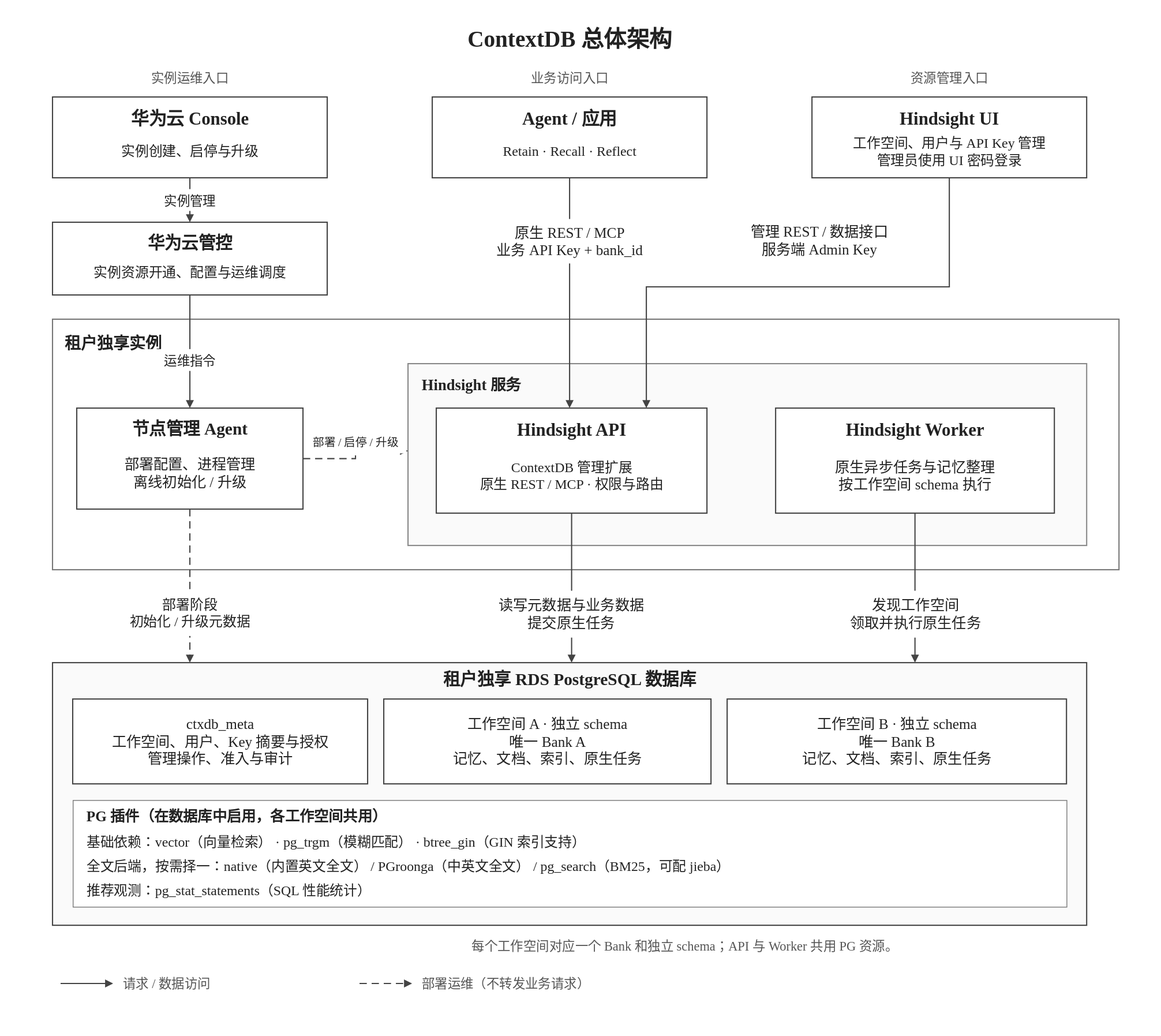
The draw.io diagram hindsight/diagrams/contextdb-first-release-architecture.svg in ZhuQingping/ContextDB-Research, before a commit. Source tidied: cells renumbered, new cells last; positions are measured from the earlier drawing's top-left corner, leaving out a move shared by most shapes.
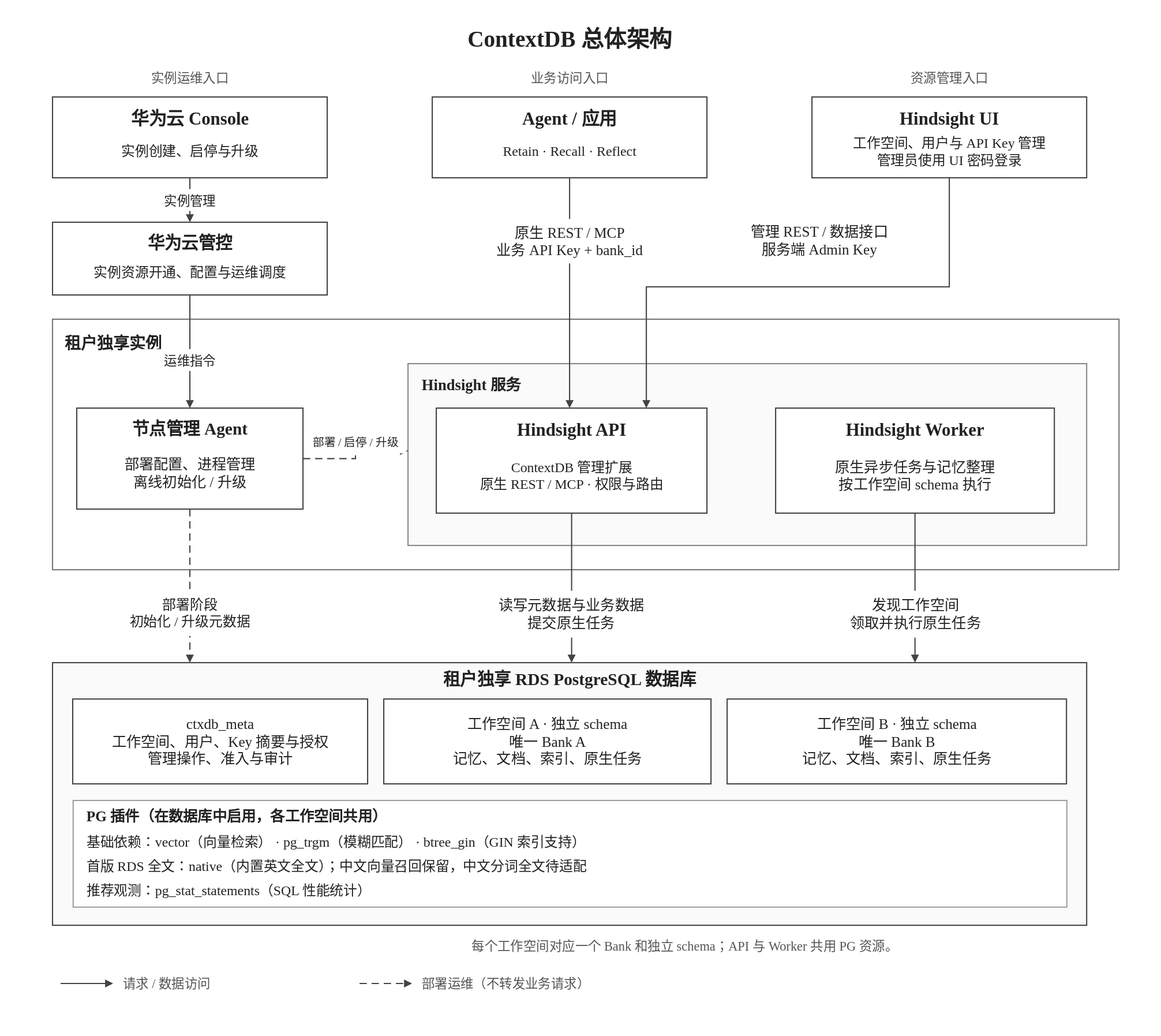
Later version of the same file.

What changed in the source:
```diff
@@ -196,7 +196,7 @@
     <mxCell id="62" value="基础依赖：vector（向量检索） · pg_trgm（模糊匹配） · btree_gin（GIN 索引支持）" style="text;html=0;whiteSpace=wrap;align=left;verticalAlign=middle;strokeColor=none;fillColor=none;fontFamily=PingFang SC;fontColor=#222222;fontSize=17;" parent="1" vertex="1">
       <mxGeometry x="80" y="1005" width="1200" height="25" as="geometry" />
     </mxCell>
-    <mxCell id="63" value="全文后端，按需择一：native（内置英文全文） / PGroonga（中英文全文） / pg_search（BM25，可配 jieba）" style="text;html=0;whiteSpace=wrap;align=left;verticalAlign=middle;strokeColor=none;fillColor=none;fontFamily=PingFang SC;fontColor=#222222;fontSize=17;" parent="1" vertex="1">
+    <mxCell id="63" value="首版 RDS 全文：native（内置英文全文）；中文向量召回保留，中文分词全文待适配" style="text;html=0;whiteSpace=wrap;align=left;verticalAlign=middle;strokeColor=none;fillColor=none;fontFamily=PingFang SC;fontColor=#222222;fontSize=17;" parent="1" vertex="1">
       <mxGeometry x="80" y="1035" width="1200" height="25" as="geometry" />
     </mxCell>
     <mxCell id="64" value="推荐观测：pg_stat_statements（SQL 性能统计）" style="text;html=0;whiteSpace=wrap;align=left;verticalAlign=middle;strokeColor=none;fillColor=none;fontFamily=PingFang SC;fontColor=#222222;fontSize=17;" parent="1" vertex="1">
```
